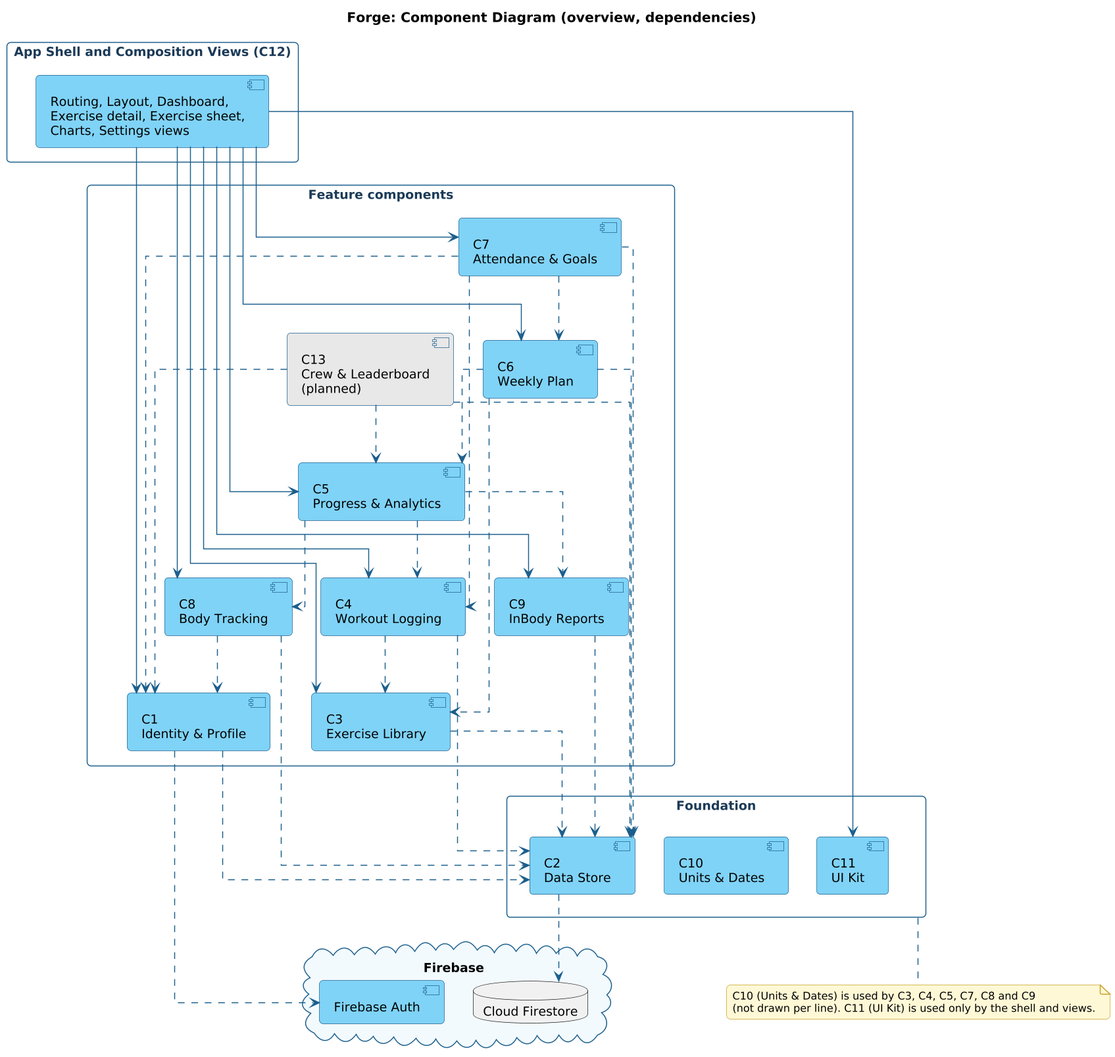
amryasser017/forge keeps this PlantUML diagram as docs/uml/cp0_overview.png. Above is the earlier version. Source of this version:
```plantuml
@startuml
!include style.iuml
skinparam linetype ortho
skinparam nodesep 30
skinparam ranksep 60
title Forge: Component Diagram (overview, dependencies)

rectangle "App Shell and Composition Views (C12)" as C12 #FFFFFF {
  component "Routing, Layout, Dashboard,\nExercise detail, Exercise sheet,\nCharts, Settings views" as shell
}
rectangle "Feature components" as FEAT #FFFFFF {
  component "C1\nIdentity & Profile" as C1
  component "C3\nExercise Library" as C3
  component "C4\nWorkout Logging" as C4
  component "C5\nProgress & Analytics" as C5
  component "C6\nWeekly Plan" as C6
  component "C7\nAttendance & Goals" as C7
  component "C8\nBody Tracking" as C8
  component "C9\nInBody Reports" as C9
  component "C13\nCrew & Leaderboard\n(planned)" as C13 #E8E8E8
}
rectangle "Foundation" as FND #FFFFFF {
  component "C2\nData Store" as C2
  component "C10\nUnits & Dates" as C10
  component "C11\nUI Kit" as C11
}
cloud "Firebase" as FB {
  database "Cloud Firestore" as FS
  component "Firebase Auth" as FAUTH
}

shell --> C1
shell --> C3
shell --> C4
shell --> C5
shell --> C6
shell --> C7
shell --> C8
shell --> C9
shell --> C11

C1 ..> C2
C3 ..> C2
C4 ..> C3
C4 ..> C2
C5 ..> C4
C5 ..> C8
C5 ..> C9
C6 ..> C3
C6 ..> C5
C6 ..> C2
C7 ..> C4
C7 ..> C6
C7 ..> C1
C7 ..> C2
C8 ..> C1
C8 ..> C2
C9 ..> C2
C13 ..> C5
C13 ..> C1
C13 ..> C2
C1 ..> FAUTH
C2 ..> FS
note bottom of FND : C10 (Units & Dates) is used by C3, C4, C5, C7, C8 and C9\n(not drawn per line). C11 (UI Kit) is used only by the shell and views.
@enduml
```
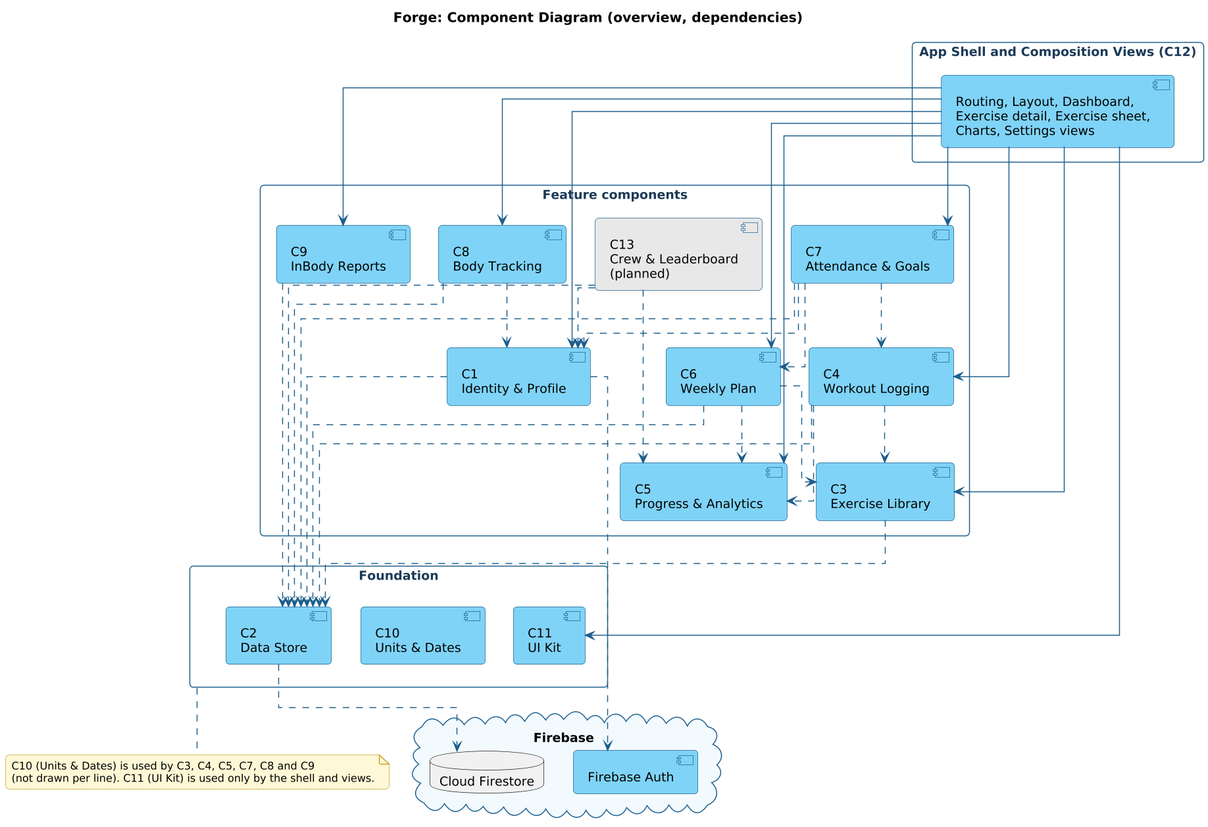
Later version of the same file.

Diff of the diagram source:
```diff
@@ -43,9 +43,7 @@
 C3 ..> C2
 C4 ..> C3
 C4 ..> C2
-C5 ..> C4
-C5 ..> C8
-C5 ..> C9
+C4 ..> C5
 C6 ..> C3
 C6 ..> C5
 C6 ..> C2
```
